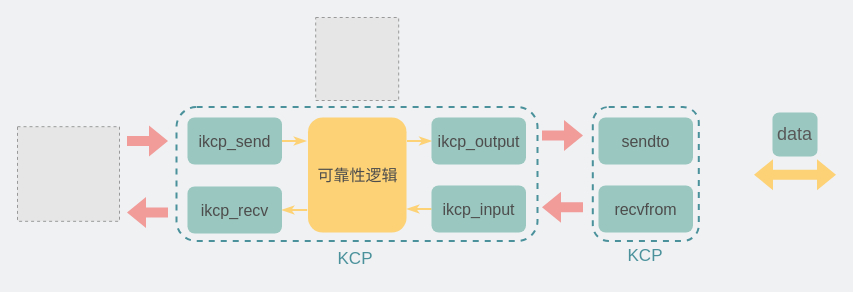
Earlier version of the draw.io diagram network/KCP是应用和UDP的中间层.drawio (xiaobaiTech/image). Source tidied: cells renumbered, new cells numbered last; positions are measured from the earlier drawing's top-left corner, leaving out a move shared by most shapes. Both pictures are drawn from the tidied source at 100%, with x=0, y=0 at pixel (17, 17). Pictures stored in the file or linked from it are replaced by grey dashed boxes.
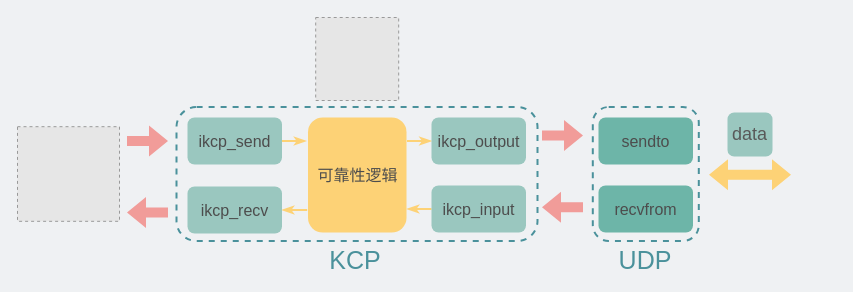
The same diagram, later.

Commit message:
更新KCP是应用和UDP的中间层.drawio

The edit, as a diff of the source:
```diff
@@
     <mxCell id="4" style="shape=flexArrow;endArrow=block;startArrow=classic;html=1;rounded=0;fillColor=#FDD276;strokeColor=none;fontColor=#4D4D4D;endFill=0;" parent="1" edge="1">
       <mxGeometry relative="1" as="geometry">
-        <mxPoint x="736" y="157.2" as="sourcePoint" />
-        <mxPoint x="819" y="157.2" as="targetPoint" />
+        <mxPoint x="691" y="157.2" as="sourcePoint" />
+        <mxPoint x="774" y="157.2" as="targetPoint" />
       </mxGeometry>
     </mxCell>
     <mxCell id="5" value="&lt;font style=&quot;font-size: 18px;&quot; color=&quot;#595959&quot;&gt;data&lt;/font&gt;" style="rounded=1;whiteSpace=wrap;html=1;fontColor=#4A919B;fillColor=#9AC7BF;strokeColor=none;" parent="1" vertex="1">
-      <mxGeometry x="755" y="95" width="45" height="44" as="geometry" />
+      <mxGeometry x="710" y="95" width="45" height="44" as="geometry" />
     </mxCell>
@@
-    <mxCell id="14" value="&lt;font style=&quot;font-size: 17px;&quot; color=&quot;#4a919b&quot;&gt;KCP&lt;/font&gt;" style="text;html=1;strokeColor=none;fillColor=none;align=center;verticalAlign=middle;whiteSpace=wrap;rounded=0;" parent="1" vertex="1">
+    <mxCell id="14" value="&lt;font style=&quot;font-size: 25px;&quot; color=&quot;#4a919b&quot;&gt;KCP&lt;/font&gt;" style="text;html=1;strokeColor=none;fillColor=none;align=center;verticalAlign=middle;whiteSpace=wrap;rounded=0;" parent="1" vertex="1">
       <mxGeometry x="308" y="227" width="60" height="30" as="geometry" />
     </mxCell>
@@
-    <mxCell id="20" value="&lt;span style=&quot;font-size: 16px;&quot;&gt;sendto&lt;/span&gt;" style="text;html=1;strokeColor=none;fillColor=#9AC7BF;align=center;verticalAlign=middle;whiteSpace=wrap;rounded=1;fontColor=#4D4D4D;" parent="1" vertex="1">
+    <mxCell id="20" value="&lt;span style=&quot;font-size: 16px;&quot;&gt;sendto&lt;/span&gt;" style="text;html=1;strokeColor=none;fillColor=#6DB5A8;align=center;verticalAlign=middle;whiteSpace=wrap;rounded=1;fontColor=#4D4D4D;" parent="1" vertex="1">
       <mxGeometry x="581" y="100" width="94.5" height="47" as="geometry" />
     </mxCell>
-    <mxCell id="21" value="&lt;span style=&quot;font-size: 16px;&quot;&gt;recvfrom&lt;/span&gt;" style="text;html=1;strokeColor=none;fillColor=#9AC7BF;align=center;verticalAlign=middle;whiteSpace=wrap;rounded=1;fontColor=#4D4D4D;" parent="1" vertex="1">
+    <mxCell id="21" value="&lt;span style=&quot;font-size: 16px;&quot;&gt;recvfrom&lt;/span&gt;" style="text;html=1;strokeColor=none;fillColor=#6DB5A8;align=center;verticalAlign=middle;whiteSpace=wrap;rounded=1;fontColor=#4D4D4D;" parent="1" vertex="1">
       <mxGeometry x="581" y="168" width="94.5" height="47" as="geometry" />
     </mxCell>
@@
-    <mxCell id="24" value="&lt;font style=&quot;font-size: 17px;&quot; color=&quot;#4a919b&quot;&gt;KCP&lt;/font&gt;" style="text;html=1;strokeColor=none;fillColor=none;align=center;verticalAlign=middle;whiteSpace=wrap;rounded=0;" parent="1" vertex="1">
-      <mxGeometry x="598.2" y="223.5" width="60" height="30" as="geometry" />
+    <mxCell id="24" value="&lt;font style=&quot;font-size: 25px;&quot; color=&quot;#4a919b&quot;&gt;UDP&lt;/font&gt;" style="text;html=1;strokeColor=none;fillColor=none;align=center;verticalAlign=middle;whiteSpace=wrap;rounded=0;" parent="1" vertex="1">
+      <mxGeometry x="598.2" y="227" width="60" height="30" as="geometry" />
     </mxCell>
```
